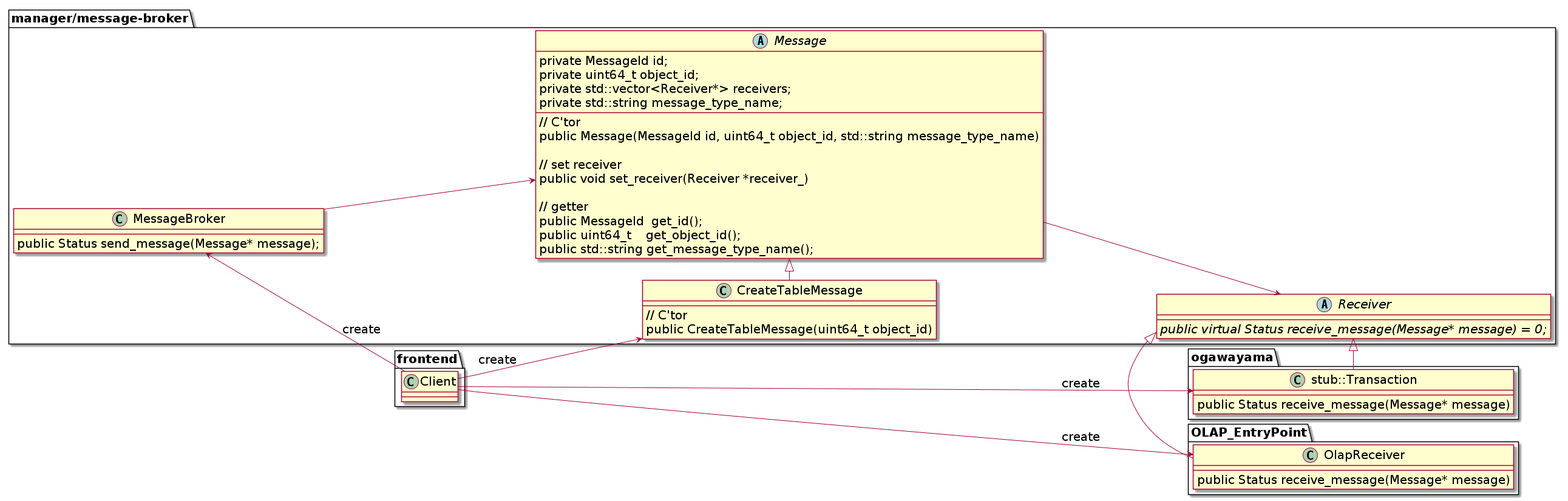
The PlantUML diagram docs/design/img/out/Command_detail/Command_detail.png in project-tsurugi/tsurugi_fdw, before a commit.
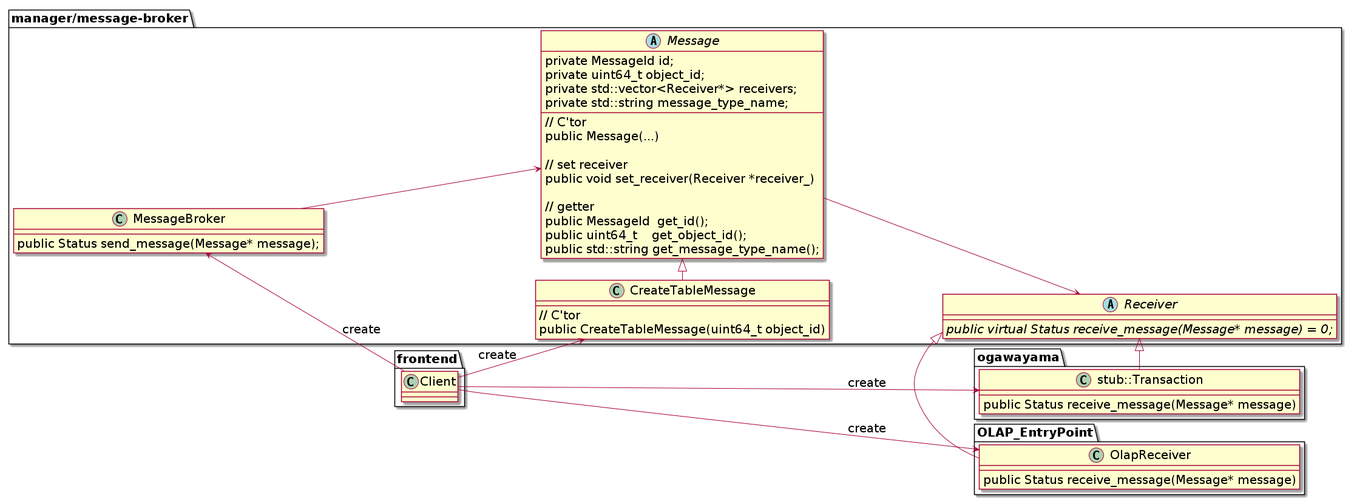
The same file after the commit.

Commit message:
Add Message derivated class list

Change to the diagram source:
```diff
@@ -13,7 +13,7 @@
   	{field} private std::vector<Receiver*> receivers;
   	{field} private std::string message_type_name;
     {method}// C'tor
-  	{method}public Message(MessageId id, uint64_t object_id, std::string message_type_name)
+  	{method}public Message(...)
     {method}
     {method}// set receiver
   	{method}public void set_receiver(Receiver *receiver_)
```
